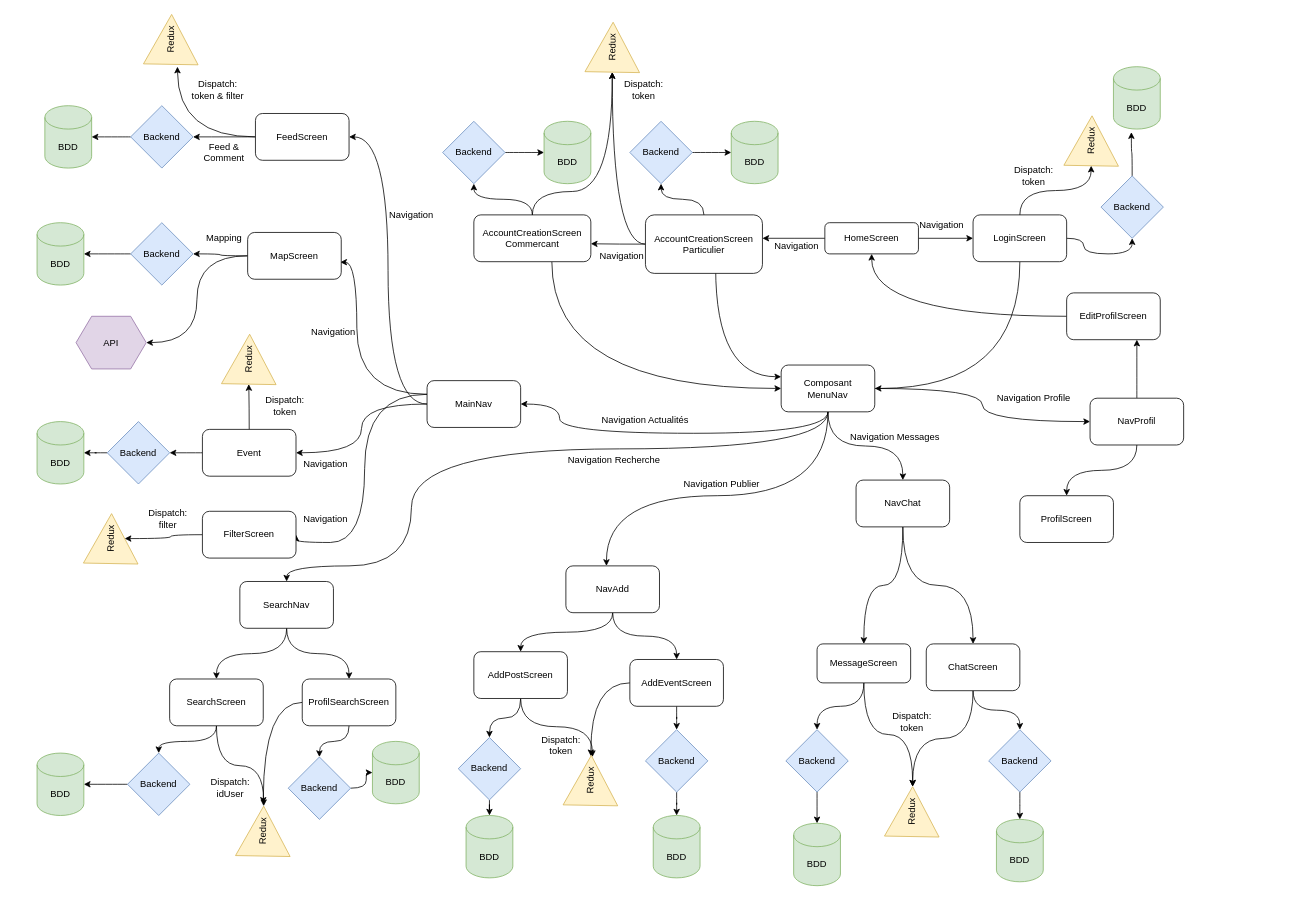
The draw.io diagram Untitled Diagram.drawio in Lubiix/meteo, before the edit. Source tidied: cells renumbered, new cells numbered last; positions are measured from the earlier drawing's top-left corner, leaving out a move shared by most shapes. Both pictures are drawn from the tidied source at 78%, with x=0, y=0 at pixel (37, 12).
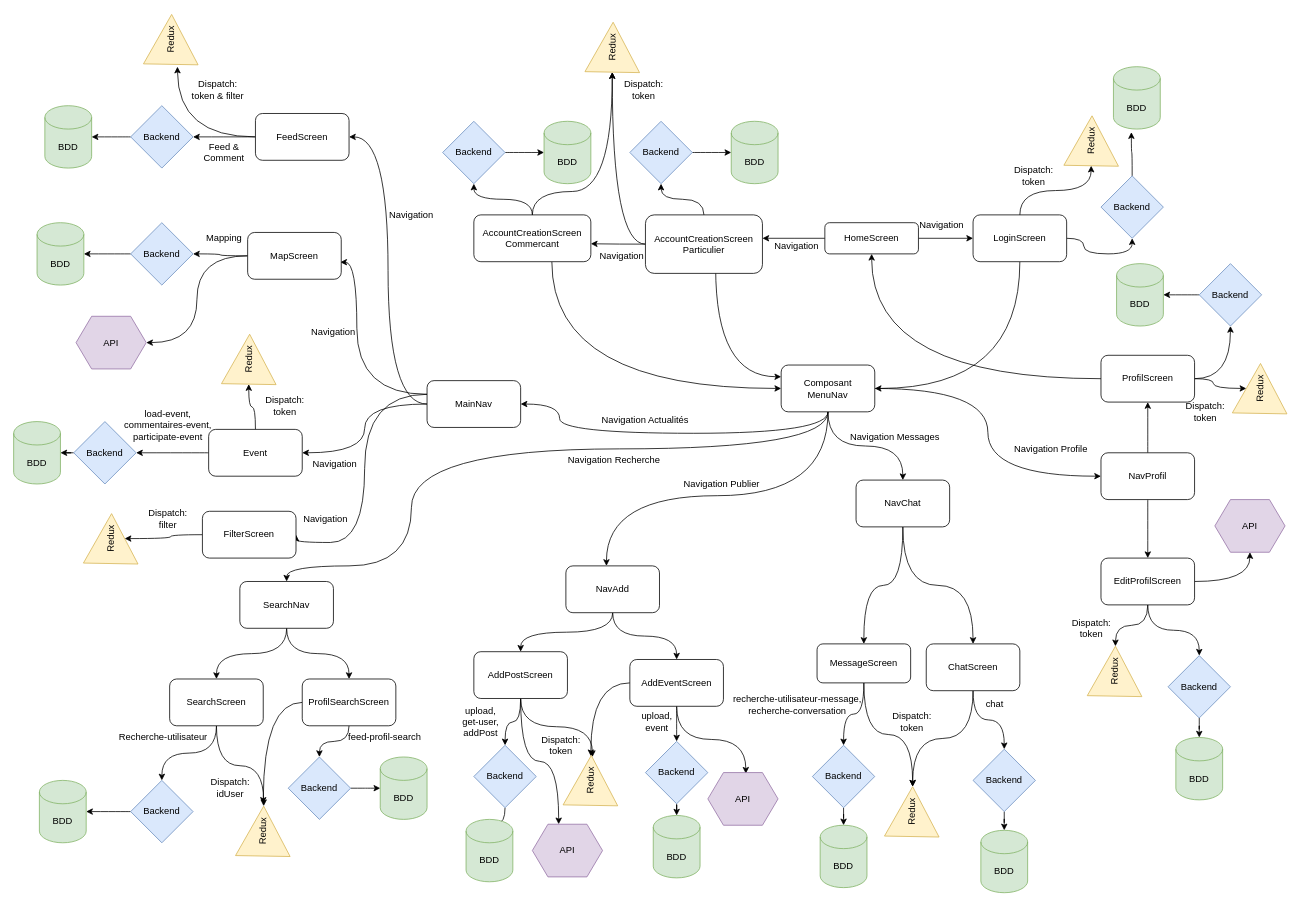
The same page after the edit.

Unchanged cells that the change refers to:
```xml
<mxCell id="54" value="AddPostScreen" style="rounded=1;whiteSpace=wrap;html=1;" parent="1" vertex="1">
  <mxGeometry x="560" y="820" width="120" height="60" as="geometry" />
</mxCell>
<mxCell id="57" value="AddEventScreen" style="rounded=1;whiteSpace=wrap;html=1;" parent="1" vertex="1">
  <mxGeometry x="760" y="830" width="120" height="60" as="geometry" />
</mxCell>
```

What changed in the source:
```diff
@@
-    <mxCell id="39" style="edgeStyle=orthogonalEdgeStyle;curved=1;rounded=0;jettySize=auto;html=1;entryX=0.75;entryY=1;entryDx=0;entryDy=0;" parent="1" edge="1" source="40" target="66">
+    <mxCell id="39" style="edgeStyle=orthogonalEdgeStyle;curved=1;rounded=0;jettySize=auto;html=1;" parent="1" edge="1" source="40" target="66">
       <mxGeometry relative="1" as="geometry" />
     </mxCell>
     <mxCell id="40" value="NavProfil" style="rounded=1;whiteSpace=wrap;html=1;" parent="1" vertex="1">
-      <mxGeometry x="1350" y="495" width="120" height="60" as="geometry" />
+      <mxGeometry x="1364" y="565" width="120" height="60" as="geometry" />
     </mxCell>
@@
     <mxCell id="49" value="Event" style="rounded=1;whiteSpace=wrap;html=1;" parent="1" vertex="1">
-      <mxGeometry x="212" y="535" width="120" height="60" as="geometry" />
+      <mxGeometry x="220" y="535" width="120" height="60" as="geometry" />
     </mxCell>
@@
+    <mxCell id="140" style="edgeStyle=orthogonalEdgeStyle;curved=1;rounded=0;jettySize=auto;html=1;entryX=0.375;entryY=0;entryDx=0;entryDy=0;" parent="1" edge="1" source="54" target="163">
+      <mxGeometry relative="1" as="geometry" />
+    </mxCell>
@@
+    <mxCell id="141" style="edgeStyle=orthogonalEdgeStyle;curved=1;rounded=0;jettySize=auto;html=1;entryX=0.541;entryY=0.02;entryDx=0;entryDy=0;entryPerimeter=0;" parent="1" edge="1" source="57" target="162">
+      <mxGeometry relative="1" as="geometry" />
+    </mxCell>
@@
+    <mxCell id="142" style="edgeStyle=orthogonalEdgeStyle;curved=1;rounded=0;jettySize=auto;html=1;entryX=1;entryY=0.5;entryDx=0;entryDy=0;" parent="1" edge="1" source="64" target="150">
+      <mxGeometry relative="1" as="geometry" />
+    </mxCell>
+    <mxCell id="143" style="edgeStyle=orthogonalEdgeStyle;curved=1;rounded=0;jettySize=auto;html=1;" parent="1" edge="1" source="64" target="148">
+      <mxGeometry relative="1" as="geometry" />
+    </mxCell>
+    <mxCell id="144" style="edgeStyle=orthogonalEdgeStyle;curved=1;rounded=0;jettySize=auto;html=1;entryX=0.5;entryY=1;entryDx=0;entryDy=0;" parent="1" edge="1" source="64" target="154">
+      <mxGeometry relative="1" as="geometry" />
+    </mxCell>
-    <mxCell id="64" value="ProfilScreen" style="rounded=1;whiteSpace=wrap;html=1;" parent="1" vertex="1">
-      <mxGeometry x="1260" y="620" width="120" height="60" as="geometry" />
+    <mxCell id="64" value="EditProfilScreen" style="rounded=1;whiteSpace=wrap;html=1;" parent="1" vertex="1">
+      <mxGeometry x="1364" y="700" width="120" height="60" as="geometry" />
     </mxCell>
@@
+    <mxCell id="145" style="edgeStyle=orthogonalEdgeStyle;curved=1;rounded=0;jettySize=auto;html=1;" parent="1" edge="1" source="66" target="152">
+      <mxGeometry relative="1" as="geometry" />
+    </mxCell>
+    <mxCell id="146" style="edgeStyle=orthogonalEdgeStyle;curved=1;rounded=0;jettySize=auto;html=1;" parent="1" edge="1" source="66" target="155">
+      <mxGeometry relative="1" as="geometry" />
+    </mxCell>
-    <mxCell id="66" value="EditProfilScreen" style="rounded=1;whiteSpace=wrap;html=1;" parent="1" vertex="1">
-      <mxGeometry x="1320" y="360" width="120" height="60" as="geometry" />
+    <mxCell id="66" value="ProfilScreen" style="rounded=1;whiteSpace=wrap;html=1;" parent="1" vertex="1">
+      <mxGeometry x="1364" y="440" width="120" height="60" as="geometry" />
     </mxCell>
@@
     <mxCell id="98" value="Backend" style="rhombus;whiteSpace=wrap;html=1;fillColor=#dae8fc;strokeColor=#6c8ebf;" parent="1" vertex="1">
-      <mxGeometry x="90" y="525" width="80" height="80" as="geometry" />
+      <mxGeometry x="47" y="525" width="80" height="80" as="geometry" />
     </mxCell>
     <mxCell id="99" value="BDD" style="shape=cylinder3;whiteSpace=wrap;html=1;boundedLbl=1;backgroundOutline=1;size=15;fillColor=#d5e8d4;strokeColor=#82b366;" parent="1" vertex="1">
-      <mxGeometry y="525" width="60" height="80" as="geometry" />
+      <mxGeometry x="-30" y="525" width="60" height="80" as="geometry" />
     </mxCell>
@@
     <mxCell id="105" value="Navigation Profile" style="text;html=1;strokeColor=none;fillColor=none;align=center;verticalAlign=middle;whiteSpace=wrap;rounded=0;" parent="1" vertex="1">
-      <mxGeometry x="1198" y="485" width="160" height="20" as="geometry" />
+      <mxGeometry x="1220" y="550" width="160" height="20" as="geometry" />
     </mxCell>
@@
     <mxCell id="108" value="Navigation" style="text;html=1;strokeColor=none;fillColor=none;align=center;verticalAlign=middle;whiteSpace=wrap;rounded=0;" parent="1" vertex="1">
-      <mxGeometry x="350" y="570" width="40" height="20" as="geometry" />
+      <mxGeometry x="362" y="570" width="40" height="20" as="geometry" />
     </mxCell>
@@
     <mxCell id="114" value="Backend" style="rhombus;whiteSpace=wrap;html=1;fillColor=#dae8fc;strokeColor=#6c8ebf;" parent="1" vertex="1">
-      <mxGeometry x="116" y="950" width="80" height="80" as="geometry" />
+      <mxGeometry x="120" y="985" width="80" height="80" as="geometry" />
     </mxCell>
     <mxCell id="115" value="BDD" style="shape=cylinder3;whiteSpace=wrap;html=1;boundedLbl=1;backgroundOutline=1;size=15;fillColor=#d5e8d4;strokeColor=#82b366;" parent="1" vertex="1">
-      <mxGeometry y="950" width="60" height="80" as="geometry" />
+      <mxGeometry x="3" y="985" width="60" height="80" as="geometry" />
     </mxCell>
@@
     <mxCell id="119" value="BDD" style="shape=cylinder3;whiteSpace=wrap;html=1;boundedLbl=1;backgroundOutline=1;size=15;fillColor=#d5e8d4;strokeColor=#82b366;" parent="1" vertex="1">
-      <mxGeometry x="430" y="935" width="60" height="80" as="geometry" />
+      <mxGeometry x="440" y="955" width="60" height="80" as="geometry" />
     </mxCell>
@@
     <mxCell id="122" value="Backend" style="rhombus;whiteSpace=wrap;html=1;fillColor=#dae8fc;strokeColor=#6c8ebf;" parent="1" vertex="1">
-      <mxGeometry x="540" y="930" width="80" height="80" as="geometry" />
+      <mxGeometry x="560" y="940" width="80" height="80" as="geometry" />
     </mxCell>
     <mxCell id="123" value="BDD" style="shape=cylinder3;whiteSpace=wrap;html=1;boundedLbl=1;backgroundOutline=1;size=15;fillColor=#d5e8d4;strokeColor=#82b366;" parent="1" vertex="1">
-      <mxGeometry x="550" y="1030" width="60" height="80" as="geometry" />
+      <mxGeometry x="550" y="1035" width="60" height="80" as="geometry" />
     </mxCell>
@@
     <mxCell id="126" value="Backend" style="rhombus;whiteSpace=wrap;html=1;fillColor=#dae8fc;strokeColor=#6c8ebf;" parent="1" vertex="1">
-      <mxGeometry x="780" y="920" width="80" height="80" as="geometry" />
+      <mxGeometry x="780" y="935" width="80" height="80" as="geometry" />
     </mxCell>
@@
     <mxCell id="130" value="Backend" style="rhombus;whiteSpace=wrap;html=1;fillColor=#dae8fc;strokeColor=#6c8ebf;" parent="1" vertex="1">
-      <mxGeometry x="960" y="920" width="80" height="80" as="geometry" />
+      <mxGeometry x="994" y="940" width="80" height="80" as="geometry" />
     </mxCell>
     <mxCell id="131" value="BDD" style="shape=cylinder3;whiteSpace=wrap;html=1;boundedLbl=1;backgroundOutline=1;size=15;fillColor=#d5e8d4;strokeColor=#82b366;" parent="1" vertex="1">
-      <mxGeometry x="970" y="1040" width="60" height="80" as="geometry" />
+      <mxGeometry x="1004" y="1042.5" width="60" height="80" as="geometry" />
     </mxCell>
@@
     <mxCell id="133" value="Backend" style="rhombus;whiteSpace=wrap;html=1;fillColor=#dae8fc;strokeColor=#6c8ebf;" parent="1" vertex="1">
-      <mxGeometry x="1220" y="920" width="80" height="80" as="geometry" />
+      <mxGeometry x="1200" y="945" width="80" height="80" as="geometry" />
     </mxCell>
     <mxCell id="134" value="BDD" style="shape=cylinder3;whiteSpace=wrap;html=1;boundedLbl=1;backgroundOutline=1;size=15;fillColor=#d5e8d4;strokeColor=#82b366;" parent="1" vertex="1">
-      <mxGeometry x="1230" y="1035" width="60" height="80" as="geometry" />
+      <mxGeometry x="1210" y="1049" width="60" height="80" as="geometry" />
     </mxCell>
@@
+    <mxCell id="147" style="edgeStyle=orthogonalEdgeStyle;curved=1;rounded=0;jettySize=auto;html=1;entryX=0.5;entryY=0;entryDx=0;entryDy=0;entryPerimeter=0;" parent="1" edge="1" source="148" target="149">
+      <mxGeometry relative="1" as="geometry" />
+    </mxCell>
+    <mxCell id="148" value="Backend" style="rhombus;whiteSpace=wrap;html=1;fillColor=#dae8fc;strokeColor=#6c8ebf;" parent="1" vertex="1">
+      <mxGeometry x="1450" y="825" width="80" height="80" as="geometry" />
+    </mxCell>
+    <mxCell id="149" value="BDD" style="shape=cylinder3;whiteSpace=wrap;html=1;boundedLbl=1;backgroundOutline=1;size=15;fillColor=#d5e8d4;strokeColor=#82b366;" parent="1" vertex="1">
+      <mxGeometry x="1460" y="930" width="60" height="80" as="geometry" />
+    </mxCell>
+    <mxCell id="150" value="Redux" style="triangle;whiteSpace=wrap;html=1;rotation=-89;fillColor=#fff2cc;strokeColor=#d6b656;" parent="1" vertex="1">
+      <mxGeometry x="1350" y="810" width="64" height="70" as="geometry" />
+    </mxCell>
+    <mxCell id="151" style="edgeStyle=orthogonalEdgeStyle;curved=1;rounded=0;jettySize=auto;html=1;" parent="1" edge="1" source="152" target="153">
+      <mxGeometry relative="1" as="geometry" />
+    </mxCell>
+    <mxCell id="152" value="Backend" style="rhombus;whiteSpace=wrap;html=1;fillColor=#dae8fc;strokeColor=#6c8ebf;" parent="1" vertex="1">
+      <mxGeometry x="1490" y="322.5" width="80" height="80" as="geometry" />
+    </mxCell>
+    <mxCell id="153" value="BDD" style="shape=cylinder3;whiteSpace=wrap;html=1;boundedLbl=1;backgroundOutline=1;size=15;fillColor=#d5e8d4;strokeColor=#82b366;" parent="1" vertex="1">
+      <mxGeometry x="1384" y="322.5" width="60" height="80" as="geometry" />
+    </mxCell>
+    <mxCell id="154" value="API" style="shape=hexagon;perimeter=hexagonPerimeter2;whiteSpace=wrap;html=1;fixedSize=1;fillColor=#e1d5e7;strokeColor=#9673a6;" parent="1" vertex="1">
+      <mxGeometry x="1510" y="625" width="90" height="67.5" as="geometry" />
+    </mxCell>
+    <mxCell id="155" value="Redux" style="triangle;whiteSpace=wrap;html=1;rotation=-89;fillColor=#fff2cc;strokeColor=#d6b656;" parent="1" vertex="1">
+      <mxGeometry x="1536" y="447.5" width="64" height="70" as="geometry" />
+    </mxCell>
+    <mxCell id="156" value="Dispatch:&lt;br&gt;token" style="text;html=1;strokeColor=none;fillColor=none;align=center;verticalAlign=middle;whiteSpace=wrap;rounded=0;" parent="1" vertex="1">
+      <mxGeometry x="1450" y="492.5" width="96" height="40" as="geometry" />
+    </mxCell>
+    <mxCell id="157" value="Dispatch:&lt;br&gt;token" style="text;html=1;strokeColor=none;fillColor=none;align=center;verticalAlign=middle;whiteSpace=wrap;rounded=0;" parent="1" vertex="1">
+      <mxGeometry x="1304" y="770" width="96" height="40" as="geometry" />
+    </mxCell>
+    <mxCell id="158" value="load-event,&lt;br&gt;commentaires-event,&lt;br&gt;participate-event" style="text;html=1;strokeColor=none;fillColor=none;align=center;verticalAlign=middle;whiteSpace=wrap;rounded=0;" parent="1" vertex="1">
+      <mxGeometry x="108" y="505" width="120" height="50" as="geometry" />
+    </mxCell>
+    <mxCell id="159" value="Recherche-utilisateur" style="text;html=1;strokeColor=none;fillColor=none;align=center;verticalAlign=middle;whiteSpace=wrap;rounded=0;" parent="1" vertex="1">
+      <mxGeometry x="96" y="920" width="132" height="20" as="geometry" />
+    </mxCell>
+    <mxCell id="160" value="feed-profil-search" style="text;html=1;strokeColor=none;fillColor=none;align=center;verticalAlign=middle;whiteSpace=wrap;rounded=0;" parent="1" vertex="1">
+      <mxGeometry x="380" y="920" width="132" height="20" as="geometry" />
+    </mxCell>
+    <mxCell id="161" value="upload,&lt;br&gt;get-user,&lt;br&gt;addPost" style="text;html=1;strokeColor=none;fillColor=none;align=center;verticalAlign=middle;whiteSpace=wrap;rounded=0;" parent="1" vertex="1">
+      <mxGeometry x="538" y="885" width="62" height="50" as="geometry" />
+    </mxCell>
+    <mxCell id="162" value="API" style="shape=hexagon;perimeter=hexagonPerimeter2;whiteSpace=wrap;html=1;fixedSize=1;fillColor=#e1d5e7;strokeColor=#9673a6;" parent="1" vertex="1">
+      <mxGeometry x="860" y="975" width="90" height="67.5" as="geometry" />
+    </mxCell>
+    <mxCell id="163" value="API" style="shape=hexagon;perimeter=hexagonPerimeter2;whiteSpace=wrap;html=1;fixedSize=1;fillColor=#e1d5e7;strokeColor=#9673a6;" parent="1" vertex="1">
+      <mxGeometry x="635" y="1041.2" width="90" height="67.5" as="geometry" />
+    </mxCell>
+    <mxCell id="164" value="upload,&lt;br&gt;event" style="text;html=1;strokeColor=none;fillColor=none;align=center;verticalAlign=middle;whiteSpace=wrap;rounded=0;" parent="1" vertex="1">
+      <mxGeometry x="764" y="885" width="62" height="50" as="geometry" />
+    </mxCell>
+    <mxCell id="165" value="recherche-utilisateur-message,&lt;br&gt;recherche-conversation" style="text;html=1;strokeColor=none;fillColor=none;align=center;verticalAlign=middle;whiteSpace=wrap;rounded=0;" parent="1" vertex="1">
+      <mxGeometry x="890" y="870" width="170" height="35" as="geometry" />
+    </mxCell>
+    <mxCell id="166" value="chat" style="text;html=1;strokeColor=none;fillColor=none;align=center;verticalAlign=middle;whiteSpace=wrap;rounded=0;" parent="1" vertex="1">
+      <mxGeometry x="1180" y="867.5" width="96" height="40" as="geometry" />
+    </mxCell>
```
